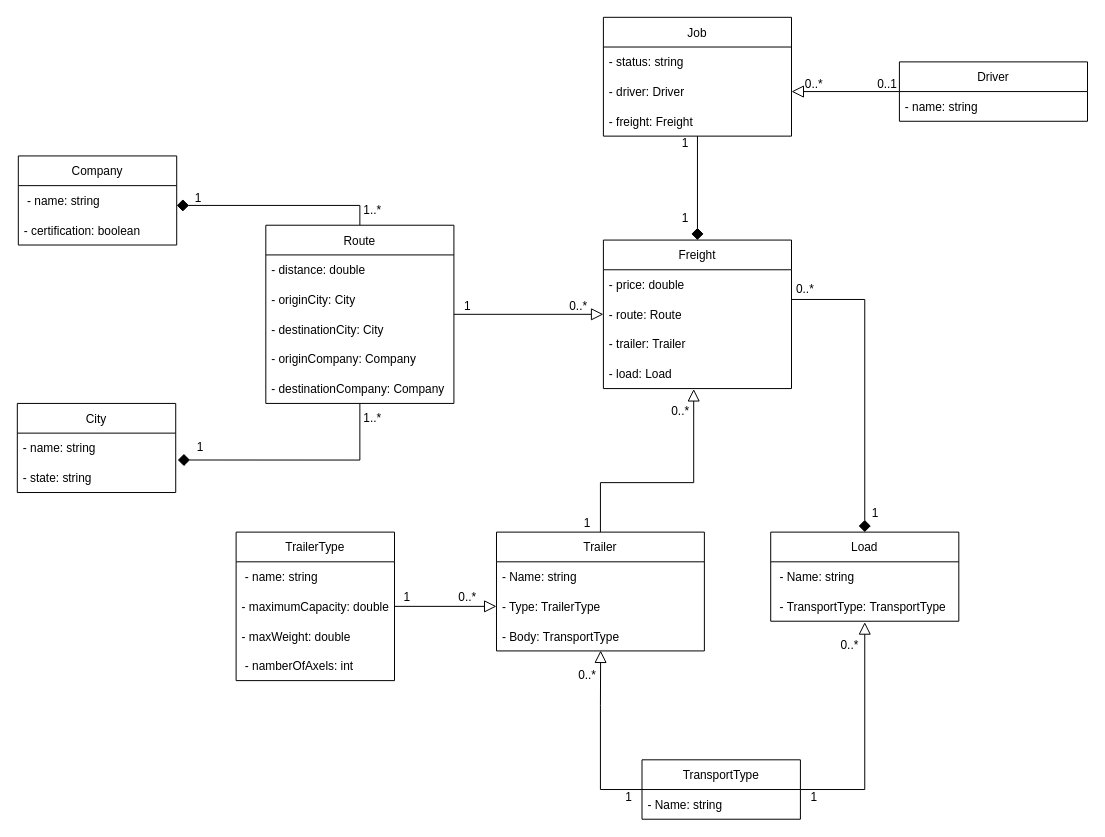
This is diagramaDeClasse-TecnologiaEmDesenvolvimentoDeSistemas.drawio from rafaelomodei/meufrete, a draw.io file, before an edit. Source tidied: cells renumbered, new cells numbered last; positions are measured from the earlier drawing's top-left corner, leaving out a move shared by most shapes. Both pictures are drawn from the tidied source at 99%, with x=0, y=0 at pixel (17, 17).
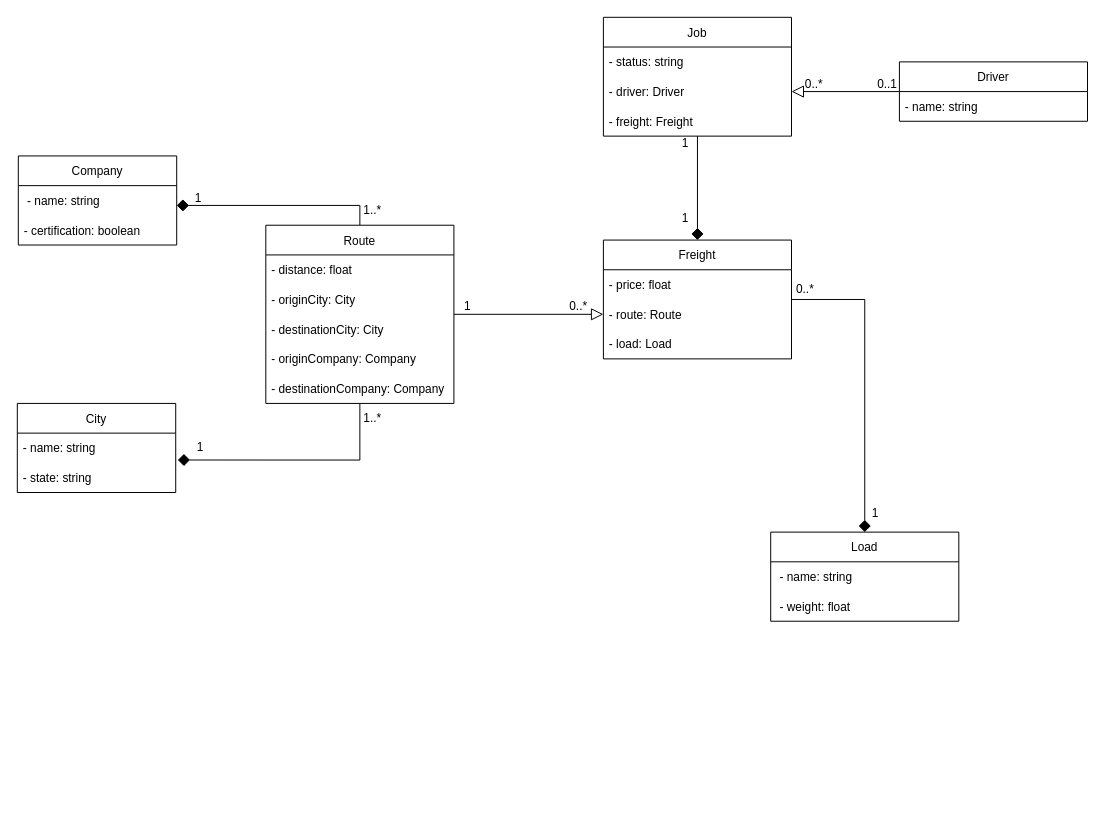
The same diagram, later.

Unchanged cells that the change refers to:
```xml
<mxCell id="10" value="Load" style="swimlane;fontStyle=0;horizontal=1;startSize=30;" parent="1" vertex="1">
  <mxGeometry x="761" y="520" width="190" height="90" as="geometry" />
</mxCell>
<mxCell id="34" value="Route" style="swimlane;fontStyle=0;horizontal=1;startSize=30;" parent="1" vertex="1">
  <mxGeometry x="251" y="210" width="190" height="180" as="geometry" />
</mxCell>
```

The edit, as a diff of the source:
```diff
@@
-    <mxCell id="2" style="edgeStyle=orthogonalEdgeStyle;rounded=0;jettySize=auto;html=1;entryX=0.48;entryY=1.016;entryDx=0;entryDy=0;entryPerimeter=0;endArrow=block;endFill=0;endSize=10;strokeWidth=1;" parent="1" edge="1" source="3" target="26">
-      <mxGeometry relative="1" as="geometry">
-        <Array as="points">
-          <mxPoint x="589" y="470" />
-          <mxPoint x="683" y="470" />
-        </Array>
-      </mxGeometry>
-    </mxCell>
-    <mxCell id="3" value="Trailer" style="swimlane;fontStyle=0;horizontal=1;startSize=30;" parent="1" vertex="1">
-      <mxGeometry x="484" y="520" width="210" height="120" as="geometry" />
-    </mxCell>
-    <mxCell id="4" value="- Name: string" style="text;strokeColor=none;fillColor=none;align=left;verticalAlign=middle;spacingLeft=4;spacingRight=4;overflow=hidden;" parent="3" vertex="1">
-      <mxGeometry y="30" width="210" height="30" as="geometry" />
-    </mxCell>
-    <mxCell id="5" value="- Type: TrailerType" style="text;strokeColor=none;fillColor=none;align=left;verticalAlign=middle;spacingLeft=4;spacingRight=4;overflow=hidden;points=[[0,0.5],[1,0.5]];portConstraint=eastwest;" parent="3" vertex="1">
-      <mxGeometry y="60" width="210" height="30" as="geometry" />
-    </mxCell>
-    <mxCell id="6" value="- Body: TransportType" style="text;strokeColor=none;fillColor=none;align=left;verticalAlign=middle;spacingLeft=4;spacingRight=4;overflow=hidden;points=[[0,0.5],[1,0.5]];portConstraint=eastwest;" parent="3" vertex="1">
-      <mxGeometry y="90" width="210" height="30" as="geometry" />
-    </mxCell>
@@
-    <mxCell id="11" value=" - Name: string" style="text;strokeColor=none;fillColor=none;align=left;verticalAlign=middle;spacingLeft=4;spacingRight=4;overflow=hidden;" parent="10" vertex="1">
+    <mxCell id="11" value=" - name: string" style="text;strokeColor=none;fillColor=none;align=left;verticalAlign=middle;spacingLeft=4;spacingRight=4;overflow=hidden;" parent="10" vertex="1">
       <mxGeometry y="30" width="190" height="30" as="geometry" />
     </mxCell>
-    <mxCell id="12" value=" - TransportType: TransportType" style="text;strokeColor=none;fillColor=none;align=left;verticalAlign=middle;spacingLeft=4;spacingRight=4;overflow=hidden;" parent="10" vertex="1">
-      <mxGeometry y="60" width="190" height="30" as="geometry" />
-    </mxCell>
-    <mxCell id="13" value="TrailerType" style="swimlane;fontStyle=0;horizontal=1;startSize=30;" parent="1" vertex="1">
-      <mxGeometry x="221" y="520" width="160" height="150" as="geometry" />
-    </mxCell>
-    <mxCell id="14" value=" - name: string" style="text;strokeColor=none;fillColor=none;align=left;verticalAlign=middle;spacingLeft=4;spacingRight=4;overflow=hidden;" parent="13" vertex="1">
-      <mxGeometry y="30" width="160" height="30" as="geometry" />
-    </mxCell>
-    <mxCell id="15" value="- maximumCapacity: double" style="text;strokeColor=none;fillColor=none;align=left;verticalAlign=middle;spacingLeft=4;spacingRight=4;overflow=hidden;points=[[0,0.5],[1,0.5]];portConstraint=eastwest;" parent="13" vertex="1">
-      <mxGeometry y="60" width="160" height="30" as="geometry" />
-    </mxCell>
-    <mxCell id="16" value="- maxWeight: double" style="text;strokeColor=none;fillColor=none;align=left;verticalAlign=middle;spacingLeft=4;spacingRight=4;overflow=hidden;" parent="13" vertex="1">
-      <mxGeometry y="90" width="160" height="30" as="geometry" />
-    </mxCell>
-    <mxCell id="17" value=" - namberOfAxels: int" style="text;strokeColor=none;fillColor=none;align=left;verticalAlign=middle;spacingLeft=4;spacingRight=4;overflow=hidden;" parent="13" vertex="1">
-      <mxGeometry y="120" width="160" height="30" as="geometry" />
-    </mxCell>
+    <mxCell id="69" value=" - weight: float" style="text;strokeColor=none;fillColor=none;align=left;verticalAlign=middle;spacingLeft=4;spacingRight=4;overflow=hidden;" parent="10" vertex="1">
+      <mxGeometry y="60" width="190" height="30" as="geometry" />
+    </mxCell>
@@
     <mxCell id="22" value="Freight" style="swimlane;fontStyle=0;horizontal=1;startSize=30;" parent="1" vertex="1">
-      <mxGeometry x="592" y="225" width="190" height="150" as="geometry" />
+      <mxGeometry x="592" y="225" width="190" height="120" as="geometry" />
     </mxCell>
-    <mxCell id="23" value="- price: double" style="text;strokeColor=none;fillColor=none;align=left;verticalAlign=middle;spacingLeft=4;spacingRight=4;overflow=hidden;" parent="22" vertex="1">
+    <mxCell id="23" value="- price: float" style="text;strokeColor=none;fillColor=none;align=left;verticalAlign=middle;spacingLeft=4;spacingRight=4;overflow=hidden;" parent="22" vertex="1">
       <mxGeometry y="30" width="190" height="30" as="geometry" />
     </mxCell>
@@
-    <mxCell id="25" value="- trailer: Trailer" style="text;strokeColor=none;fillColor=none;align=left;verticalAlign=middle;spacingLeft=4;spacingRight=4;overflow=hidden;" parent="22" vertex="1">
-      <mxGeometry y="90" width="190" height="30" as="geometry" />
-    </mxCell>
     <mxCell id="26" value="- load: Load" style="text;strokeColor=none;fillColor=none;align=left;verticalAlign=middle;spacingLeft=4;spacingRight=4;overflow=hidden;points=[[0,0.5],[1,0.5]];portConstraint=eastwest;" parent="22" vertex="1">
-      <mxGeometry y="120" width="190" height="30" as="geometry" />
+      <mxGeometry y="90" width="190" height="30" as="geometry" />
     </mxCell>
-    <mxCell id="27" style="edgeStyle=orthogonalEdgeStyle;rounded=0;jettySize=auto;html=1;endArrow=block;endFill=0;endSize=10;" parent="1" edge="1" source="29">
-      <mxGeometry relative="1" as="geometry">
-        <mxPoint x="856" y="611" as="targetPoint" />
-        <Array as="points">
-          <mxPoint x="856" y="780" />
-        </Array>
-      </mxGeometry>
-    </mxCell>
-    <mxCell id="28" style="edgeStyle=orthogonalEdgeStyle;rounded=0;jettySize=auto;html=1;entryX=0.501;entryY=0.987;entryDx=0;entryDy=0;entryPerimeter=0;endSize=10;endArrow=block;endFill=0;" parent="1" edge="1" source="29" target="6">
-      <mxGeometry relative="1" as="geometry">
-        <Array as="points">
-          <mxPoint x="589" y="780" />
-          <mxPoint x="589" y="695" />
-          <mxPoint x="589" y="695" />
-        </Array>
-      </mxGeometry>
-    </mxCell>
-    <mxCell id="29" value="TransportType" style="swimlane;fontStyle=0;horizontal=1;startSize=30;" parent="1" vertex="1">
-      <mxGeometry x="631" y="750" width="160" height="60" as="geometry" />
-    </mxCell>
-    <mxCell id="30" value="- Name: string " style="text;strokeColor=none;fillColor=none;align=left;verticalAlign=middle;spacingLeft=4;spacingRight=4;overflow=hidden;" parent="29" vertex="1">
-      <mxGeometry y="30" width="160" height="30" as="geometry" />
-    </mxCell>
@@
-    <mxCell id="35" value="- distance: double" style="text;strokeColor=none;fillColor=none;align=left;verticalAlign=middle;spacingLeft=4;spacingRight=4;overflow=hidden;" parent="34" vertex="1">
+    <mxCell id="35" value="- distance: float" style="text;strokeColor=none;fillColor=none;align=left;verticalAlign=middle;spacingLeft=4;spacingRight=4;overflow=hidden;" parent="34" vertex="1">
       <mxGeometry y="30" width="190" height="30" as="geometry" />
     </mxCell>
@@
-    <mxCell id="40" style="edgeStyle=orthogonalEdgeStyle;rounded=0;jettySize=auto;html=1;endArrow=block;endFill=0;endSize=10;" parent="1" edge="1" source="15" target="5">
-      <mxGeometry relative="1" as="geometry" />
-    </mxCell>
@@
-    <mxCell id="59" value="1" style="text;html=1;strokeColor=none;fillColor=none;align=center;verticalAlign=middle;whiteSpace=wrap;rounded=0;" parent="1" vertex="1">
-      <mxGeometry x="566" y="506" width="20" height="10" as="geometry" />
-    </mxCell>
-    <mxCell id="60" value="0..*" style="text;html=1;strokeColor=none;fillColor=none;align=center;verticalAlign=middle;whiteSpace=wrap;rounded=0;" parent="1" vertex="1">
-      <mxGeometry x="660" y="393" width="20" height="10" as="geometry" />
-    </mxCell>
-    <mxCell id="61" value="1" style="text;html=1;strokeColor=none;fillColor=none;align=center;verticalAlign=middle;whiteSpace=wrap;rounded=0;" parent="1" vertex="1">
-      <mxGeometry x="384" y="581" width="20" height="10" as="geometry" />
-    </mxCell>
-    <mxCell id="62" value="0..*" style="text;html=1;strokeColor=none;fillColor=none;align=center;verticalAlign=middle;whiteSpace=wrap;rounded=0;" parent="1" vertex="1">
-      <mxGeometry x="445" y="581" width="20" height="10" as="geometry" />
-    </mxCell>
-    <mxCell id="63" value="1" style="text;html=1;strokeColor=none;fillColor=none;align=center;verticalAlign=middle;whiteSpace=wrap;rounded=0;" parent="1" vertex="1">
-      <mxGeometry x="608" y="783" width="20" height="10" as="geometry" />
-    </mxCell>
-    <mxCell id="64" value="0..*" style="text;html=1;strokeColor=none;fillColor=none;align=center;verticalAlign=middle;whiteSpace=wrap;rounded=0;" parent="1" vertex="1">
-      <mxGeometry x="566" y="660" width="20" height="10" as="geometry" />
-    </mxCell>
-    <mxCell id="65" value="1" style="text;html=1;strokeColor=none;fillColor=none;align=center;verticalAlign=middle;whiteSpace=wrap;rounded=0;" parent="1" vertex="1">
-      <mxGeometry x="795" y="783" width="20" height="10" as="geometry" />
-    </mxCell>
-    <mxCell id="66" value="0..*" style="text;html=1;strokeColor=none;fillColor=none;align=center;verticalAlign=middle;whiteSpace=wrap;rounded=0;" parent="1" vertex="1">
-      <mxGeometry x="831" y="630" width="20" height="10" as="geometry" />
-    </mxCell>
```
